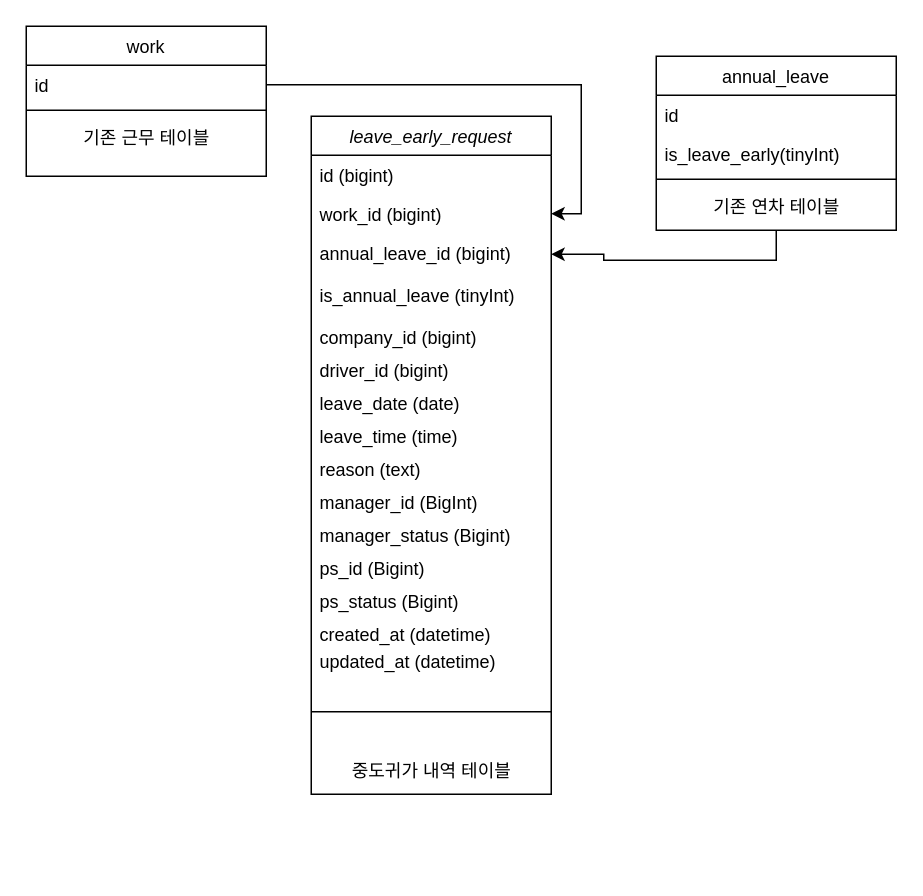
Earlier version of the draw.io diagram leaveEalry/leave_early_request.drawio (kikii-develope/system_architecture_design). Source tidied: cells renumbered, new cells numbered last; positions are measured from the earlier drawing's top-left corner, leaving out a move shared by most shapes. Both pictures are drawn from the tidied source at 150%, with x=0, y=0 at pixel (26, 26).
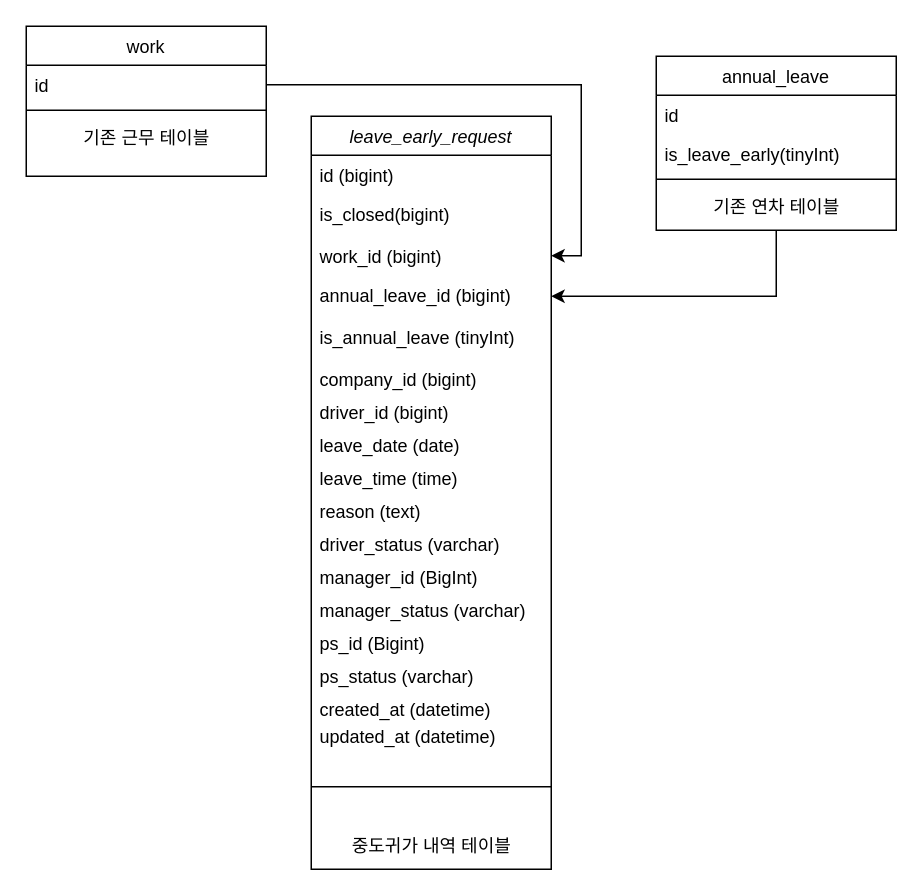
The same diagram, later.

Commit message:
마감여부와 승무원 상태추가

The edit, as a diff of the source:
```diff
@@
     <mxCell id="2" value="leave_early_request" style="swimlane;fontStyle=2;align=center;verticalAlign=top;horizontal=1;startSize=26;rounded=0;shadow=0;strokeWidth=1;" parent="1" vertex="1">
-      <mxGeometry x="190" y="60" width="160" height="452" as="geometry" />
+      <mxGeometry x="190" y="60" width="160" height="502" as="geometry" />
     </mxCell>
@@
+    <mxCell id="31" value="is_closed(bigint)" style="text;align=left;verticalAlign=top;spacingLeft=4;spacingRight=4;overflow=hidden;rounded=0;shadow=0;html=0;" parent="2" vertex="1">
+      <mxGeometry y="52" width="160" height="28" as="geometry" />
+    </mxCell>
     <mxCell id="4" value="work_id (bigint)" style="text;align=left;verticalAlign=top;spacingLeft=4;spacingRight=4;overflow=hidden;points=[[0,0.5],[1,0.5]];portConstraint=eastwest;" parent="2" vertex="1">
-      <mxGeometry y="52" width="160" height="26" as="geometry" />
+      <mxGeometry y="80" width="160" height="26" as="geometry" />
     </mxCell>
     <mxCell id="5" value="annual_leave_id (bigint)&#10;" style="text;align=left;verticalAlign=top;spacingLeft=4;spacingRight=4;overflow=hidden;points=[[0,0.5],[1,0.5]];portConstraint=eastwest;rounded=0;shadow=0;html=0;" parent="2" vertex="1">
-      <mxGeometry y="78" width="160" height="28" as="geometry" />
+      <mxGeometry y="106" width="160" height="28" as="geometry" />
     </mxCell>
     <mxCell id="6" value="is_annual_leave (tinyInt)" style="text;align=left;verticalAlign=top;spacingLeft=4;spacingRight=4;overflow=hidden;rounded=0;shadow=0;html=0;" parent="2" vertex="1">
-      <mxGeometry y="106" width="160" height="28" as="geometry" />
+      <mxGeometry y="134" width="160" height="28" as="geometry" />
     </mxCell>
     <mxCell id="7" value="company_id (bigint)" style="text;align=left;verticalAlign=top;spacingLeft=4;spacingRight=4;overflow=hidden;rounded=0;shadow=0;html=0;" parent="2" vertex="1">
-      <mxGeometry y="134" width="160" height="22" as="geometry" />
+      <mxGeometry y="162" width="160" height="22" as="geometry" />
     </mxCell>
     <mxCell id="8" value="driver_id (bigint)" style="text;align=left;verticalAlign=top;spacingLeft=4;spacingRight=4;overflow=hidden;rounded=0;shadow=0;html=0;" parent="2" vertex="1">
-      <mxGeometry y="156" width="160" height="22" as="geometry" />
+      <mxGeometry y="184" width="160" height="22" as="geometry" />
     </mxCell>
     <mxCell id="9" value="leave_date (date)" style="text;align=left;verticalAlign=top;spacingLeft=4;spacingRight=4;overflow=hidden;rounded=0;shadow=0;html=0;" parent="2" vertex="1">
-      <mxGeometry y="178" width="160" height="22" as="geometry" />
+      <mxGeometry y="206" width="160" height="22" as="geometry" />
     </mxCell>
     <mxCell id="10" value="leave_time (time)" style="text;align=left;verticalAlign=top;spacingLeft=4;spacingRight=4;overflow=hidden;rounded=0;shadow=0;html=0;" parent="2" vertex="1">
-      <mxGeometry y="200" width="160" height="22" as="geometry" />
+      <mxGeometry y="228" width="160" height="22" as="geometry" />
     </mxCell>
     <mxCell id="11" value="reason (text)                   " style="text;align=left;verticalAlign=top;spacingLeft=4;spacingRight=4;overflow=hidden;rounded=0;shadow=0;html=0;" parent="2" vertex="1">
-      <mxGeometry y="222" width="160" height="22" as="geometry" />
+      <mxGeometry y="250" width="160" height="22" as="geometry" />
     </mxCell>
+    <mxCell id="32" value="driver_status (varchar)" style="text;align=left;verticalAlign=top;spacingLeft=4;spacingRight=4;overflow=hidden;rounded=0;shadow=0;html=0;" parent="2" vertex="1">
+      <mxGeometry y="272" width="160" height="22" as="geometry" />
+    </mxCell>
     <mxCell id="12" value="manager_id (BigInt)" style="text;align=left;verticalAlign=top;spacingLeft=4;spacingRight=4;overflow=hidden;rounded=0;shadow=0;html=0;" parent="2" vertex="1">
-      <mxGeometry y="244" width="160" height="22" as="geometry" />
+      <mxGeometry y="294" width="160" height="22" as="geometry" />
     </mxCell>
-    <mxCell id="13" value="manager_status (Bigint)" style="text;align=left;verticalAlign=top;spacingLeft=4;spacingRight=4;overflow=hidden;rounded=0;shadow=0;html=0;" parent="2" vertex="1">
-      <mxGeometry y="266" width="160" height="22" as="geometry" />
+    <mxCell id="13" value="manager_status (varchar)" style="text;align=left;verticalAlign=top;spacingLeft=4;spacingRight=4;overflow=hidden;rounded=0;shadow=0;html=0;" parent="2" vertex="1">
+      <mxGeometry y="316" width="160" height="22" as="geometry" />
     </mxCell>
     <mxCell id="14" value="ps_id (Bigint)" style="text;align=left;verticalAlign=top;spacingLeft=4;spacingRight=4;overflow=hidden;rounded=0;shadow=0;html=0;" parent="2" vertex="1">
-      <mxGeometry y="288" width="160" height="22" as="geometry" />
+      <mxGeometry y="338" width="160" height="22" as="geometry" />
     </mxCell>
-    <mxCell id="15" value="ps_status (Bigint)" style="text;align=left;verticalAlign=top;spacingLeft=4;spacingRight=4;overflow=hidden;rounded=0;shadow=0;html=0;" parent="2" vertex="1">
-      <mxGeometry y="310" width="160" height="22" as="geometry" />
+    <mxCell id="15" value="ps_status (varchar)" style="text;align=left;verticalAlign=top;spacingLeft=4;spacingRight=4;overflow=hidden;rounded=0;shadow=0;html=0;" parent="2" vertex="1">
+      <mxGeometry y="360" width="160" height="22" as="geometry" />
     </mxCell>
     <mxCell id="16" value="created_at (datetime)" style="text;align=left;verticalAlign=top;spacingLeft=4;spacingRight=4;overflow=hidden;rounded=0;shadow=0;html=0;" parent="2" vertex="1">
-      <mxGeometry y="332" width="160" height="18" as="geometry" />
+      <mxGeometry y="382" width="160" height="18" as="geometry" />
     </mxCell>
     <mxCell id="17" value="updated_at (datetime)" style="text;align=left;verticalAlign=top;spacingLeft=4;spacingRight=4;overflow=hidden;rounded=0;shadow=0;html=0;" parent="2" vertex="1">
-      <mxGeometry y="350" width="160" height="22" as="geometry" />
+      <mxGeometry y="400" width="160" height="22" as="geometry" />
     </mxCell>
     <mxCell id="18" style="line;html=1;strokeWidth=1;align=left;verticalAlign=middle;spacingTop=-1;spacingLeft=3;spacingRight=3;labelPosition=right;" parent="2" vertex="1">
-      <mxGeometry y="372" width="160" height="50" as="geometry" />
+      <mxGeometry y="422" width="160" height="50" as="geometry" />
     </mxCell>
     <mxCell id="19" value="중도귀가 내역 테이블" style="text;html=1;align=center;verticalAlign=middle;strokeColor=none;fillColor=none;" parent="2" vertex="1">
-      <mxGeometry y="422" width="160" height="30" as="geometry" />
+      <mxGeometry y="472" width="160" height="30" as="geometry" />
     </mxCell>
```
